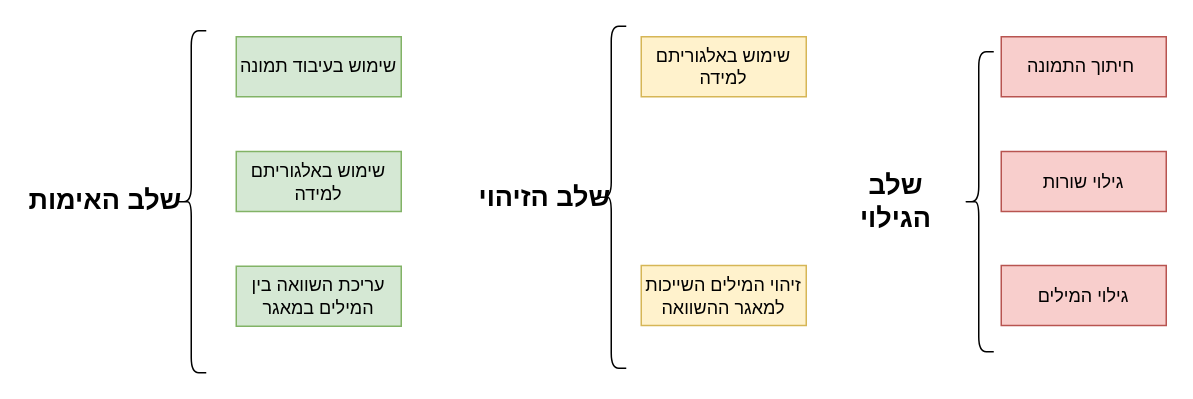
The draw.io diagram doc/solution steps.drawio in DanielGabay/Author-verification-by-handwriting-samples, before the edit. Source tidied: cells renumbered, new cells numbered last; positions are measured from the earlier drawing's top-left corner, leaving out a move shared by most shapes. Both pictures are drawn from the tidied source at 150%, with x=0, y=0 at pixel (26, 26).
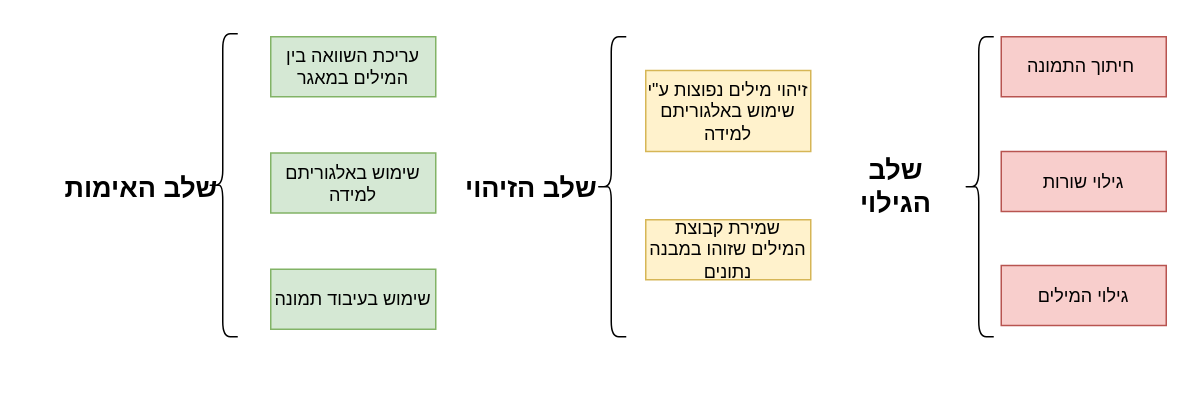
After the change.

Commit message (it also covers changes not shown here):
solution steps

Diff of the diagram source:
```diff
@@
 <mxGraphModel>
   <root>
     <mxCell id="0" />
     <mxCell id="1" parent="0" />
     <mxCell id="2" value="חיתוך התמונה&amp;nbsp;" style="rounded=0;whiteSpace=wrap;html=1;fillColor=#f8cecc;strokeColor=#b85450;" parent="1" vertex="1">
       <mxGeometry x="650" y="7" width="110" height="40" as="geometry" />
     </mxCell>
     <mxCell id="3" value="גילוי שורות" style="rounded=0;whiteSpace=wrap;html=1;fillColor=#f8cecc;strokeColor=#b85450;" parent="1" vertex="1">
       <mxGeometry x="650" y="83.5" width="110" height="40" as="geometry" />
     </mxCell>
     <mxCell id="4" value="גילוי המילים" style="rounded=0;whiteSpace=wrap;html=1;fillColor=#f8cecc;strokeColor=#b85450;" parent="1" vertex="1">
       <mxGeometry x="650" y="159.5" width="110" height="40" as="geometry" />
     </mxCell>
-    <mxCell id="5" value="שימוש באלגוריתם למידה" style="rounded=0;whiteSpace=wrap;html=1;fillColor=#fff2cc;strokeColor=#d6b656;" parent="1" vertex="1">
-      <mxGeometry x="410" y="7" width="110" height="40" as="geometry" />
-    </mxCell>
-    <mxCell id="6" value="זיהוי המילים השייכות למאגר ההשוואה" style="rounded=0;whiteSpace=wrap;html=1;fillColor=#fff2cc;strokeColor=#d6b656;" parent="1" vertex="1">
-      <mxGeometry x="410" y="159.5" width="110" height="40" as="geometry" />
+    <mxCell id="6" value="שמירת קבוצת המילים שזוהו במבנה נתונים" style="rounded=0;whiteSpace=wrap;html=1;fillColor=#fff2cc;strokeColor=#d6b656;" parent="1" vertex="1">
+      <mxGeometry x="413" y="129" width="110" height="40" as="geometry" />
     </mxCell>
     <mxCell id="7" value="שימוש בעיבוד תמונה" style="rounded=0;whiteSpace=wrap;html=1;fillColor=#d5e8d4;strokeColor=#82b366;" parent="1" vertex="1">
-      <mxGeometry x="140" y="7" width="110" height="40" as="geometry" />
+      <mxGeometry x="163" y="162" width="110" height="40" as="geometry" />
     </mxCell>
     <mxCell id="8" value="שימוש באלגוריתם למידה" style="rounded=0;whiteSpace=wrap;html=1;fillColor=#d5e8d4;strokeColor=#82b366;" parent="1" vertex="1">
-      <mxGeometry x="140" y="83.5" width="110" height="40" as="geometry" />
+      <mxGeometry x="163" y="84.5" width="110" height="40" as="geometry" />
     </mxCell>
     <mxCell id="9" value="עריכת השוואה בין המילים במאגר" style="rounded=0;whiteSpace=wrap;html=1;fillColor=#d5e8d4;strokeColor=#82b366;" parent="1" vertex="1">
-      <mxGeometry x="140" y="160" width="110" height="40" as="geometry" />
+      <mxGeometry x="163" y="7" width="110" height="40" as="geometry" />
     </mxCell>
     <mxCell id="10" value="&lt;b&gt;&lt;font style=&quot;font-size: 18px&quot;&gt;שלב הגילוי&lt;/font&gt;&lt;/b&gt;" style="text;html=1;strokeColor=none;fillColor=none;align=center;verticalAlign=middle;whiteSpace=wrap;rounded=0;" parent="1" vertex="1">
-      <mxGeometry x="535" y="107" width="90" height="20" as="geometry" />
+      <mxGeometry x="535" y="97" width="90" height="20" as="geometry" />
     </mxCell>
     <mxCell id="11" style="shape=curlyBracket;whiteSpace=wrap;html=1;rounded=1;" parent="1" vertex="1">
-      <mxGeometry x="380" width="20" height="228" as="geometry" />
+      <mxGeometry x="380" y="7" width="20" height="200" as="geometry" />
     </mxCell>
     <mxCell id="12" style="shape=curlyBracket;whiteSpace=wrap;html=1;rounded=1;" parent="1" vertex="1">
-      <mxGeometry x="625" y="17" width="20" height="200" as="geometry" />
+      <mxGeometry x="625" y="7" width="20" height="200" as="geometry" />
     </mxCell>
     <mxCell id="13" value="&lt;font style=&quot;font-size: 18px&quot;&gt;&lt;b&gt;שלב הזיהוי&lt;/b&gt;&lt;/font&gt;" style="text;html=1;" parent="1" vertex="1">
-      <mxGeometry x="300" y="97" width="80" height="30" as="geometry" />
+      <mxGeometry x="291" y="91" width="80" height="30" as="geometry" />
     </mxCell>
     <mxCell id="14" style="shape=curlyBracket;whiteSpace=wrap;html=1;rounded=1;" parent="1" vertex="1">
-      <mxGeometry x="100" y="3" width="20" height="228" as="geometry" />
+      <mxGeometry x="121" y="5" width="20" height="202" as="geometry" />
     </mxCell>
     <mxCell id="15" value="&lt;font style=&quot;font-size: 18px&quot;&gt;&lt;b&gt;שלב האימות&lt;/b&gt;&lt;/font&gt;" style="text;html=1;" parent="1" vertex="1">
-      <mxGeometry y="99" width="80" height="30" as="geometry" />
+      <mxGeometry x="24" y="91" width="80" height="30" as="geometry" />
     </mxCell>
+    <mxCell id="16" value="זיהוי מילים נפוצות ע&quot;י שימוש באלגוריתם למידה" style="rounded=0;whiteSpace=wrap;html=1;fillColor=#fff2cc;strokeColor=#d6b656;" parent="1" vertex="1">
+      <mxGeometry x="413" y="29.5" width="110" height="54" as="geometry" />
+    </mxCell>
   </root>
 </mxGraphModel>
```
